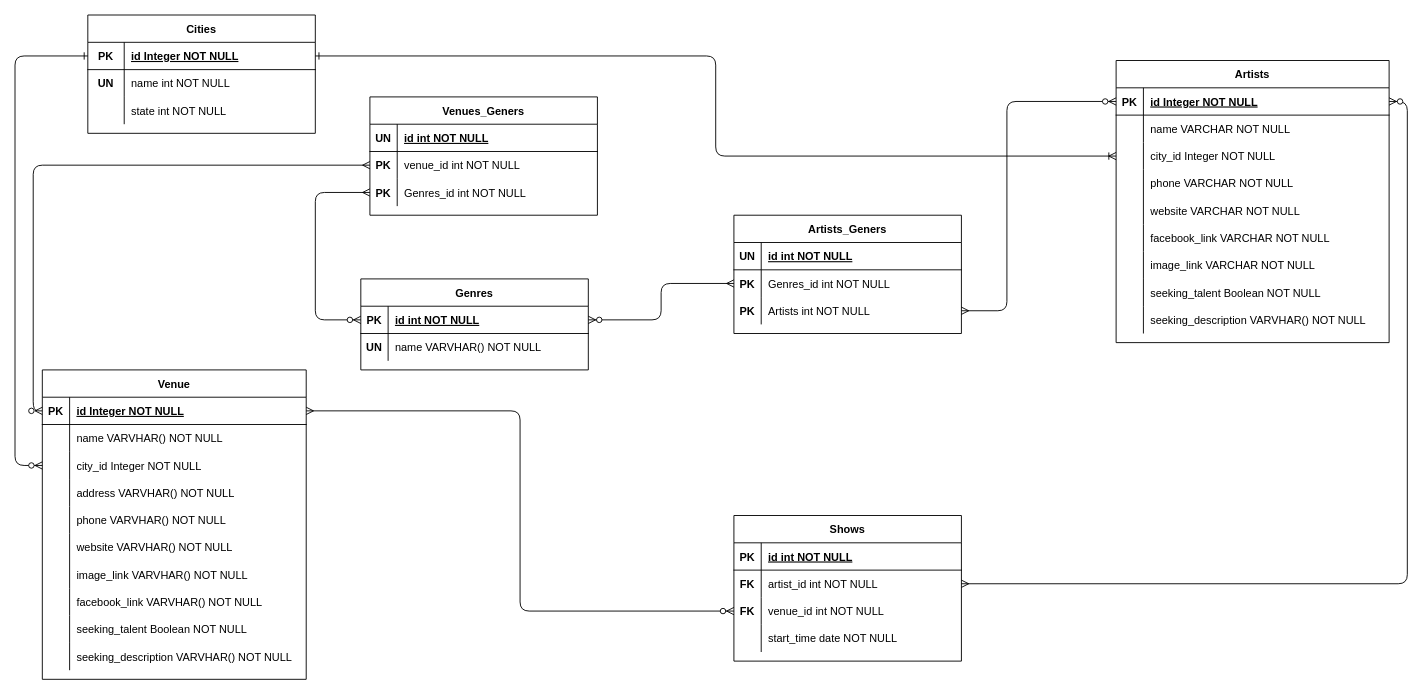
This is projects/01_fyyur/Untitled Diagram.drawio from ehabAbdelMawla/FSND, a draw.io file, before an edit. Source tidied: cells renumbered, new cells numbered last; positions are measured from the earlier drawing's top-left corner, leaving out a move shared by most shapes. Both pictures are drawn from the tidied source at 91%, with x=0, y=0 at pixel (15, 15).
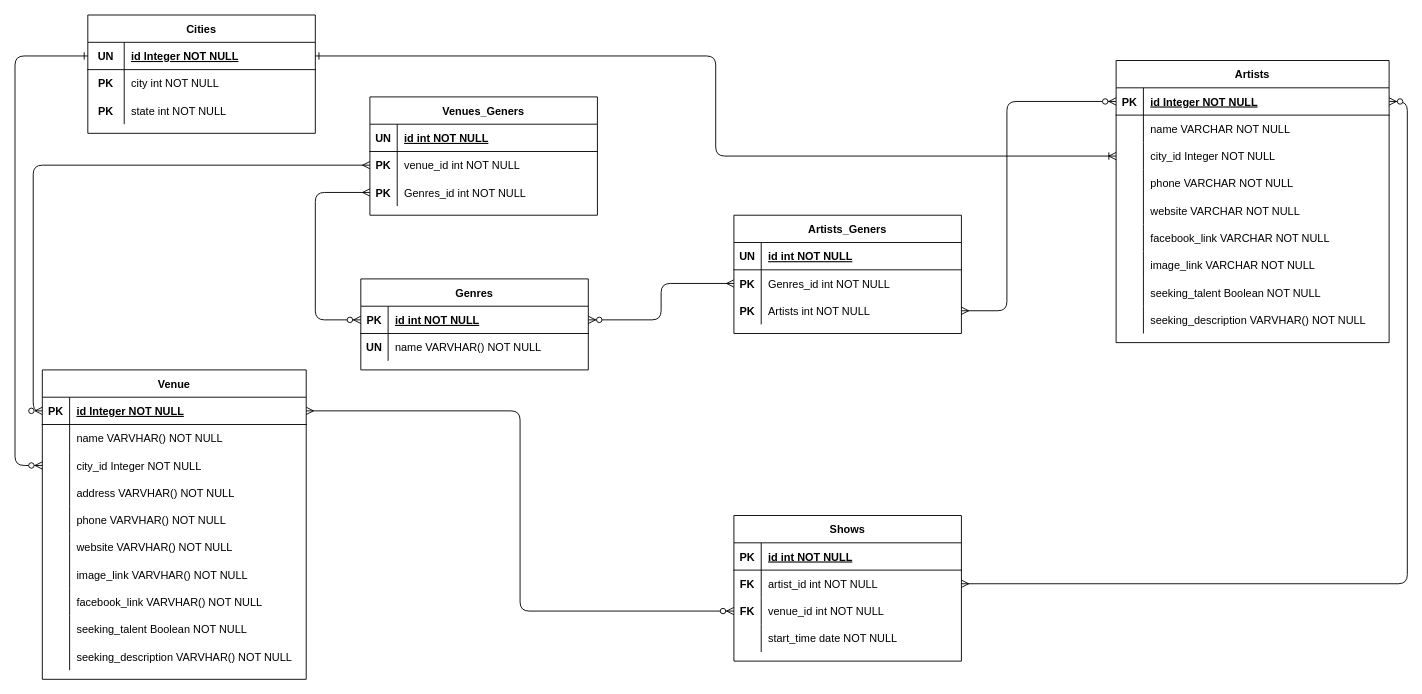
Above is the later version.

The change refers to these unchanged cells:
```xml
<mxCell id="54" style="shape=partialRectangle;fillColor=none;points=[[0,0.5],[1,0.5]];portConstraint=eastwest;top=0;left=0;right=0;bottom=1;" parent="53" vertex="1">
  <mxGeometry y="30" width="250" height="30" as="geometry" />
</mxCell>
<mxCell id="57" style="shape=partialRectangle;fillColor=none;top=0;left=0;right=0;bottom=0;" parent="53" vertex="1">
  <mxGeometry y="60" width="250" height="30" as="geometry" />
</mxCell>
<mxCell id="60" style="shape=partialRectangle;fillColor=none;top=0;left=0;right=0;bottom=0;" parent="53" vertex="1">
  <mxGeometry y="90" width="250" height="30" as="geometry" />
</mxCell>
```

Change to the diagram source:
```diff
@@
-    <mxCell id="55" value="PK" style="shape=partialRectangle;overflow=hidden;fillColor=none;top=0;left=0;bottom=0;right=0;fontStyle=1;" parent="54" vertex="1">
+    <mxCell id="55" value="UN" style="shape=partialRectangle;overflow=hidden;fillColor=none;top=0;left=0;bottom=0;right=0;fontStyle=1;" parent="54" vertex="1">
       <mxGeometry width="40" height="30" as="geometry" />
     </mxCell>
@@
-    <mxCell id="58" value="UN" style="shape=partialRectangle;overflow=hidden;fillColor=none;top=0;left=0;bottom=0;right=0;fontStyle=1;" parent="57" vertex="1">
+    <mxCell id="58" value="PK" style="shape=partialRectangle;overflow=hidden;fillColor=none;top=0;left=0;bottom=0;right=0;fontStyle=1;" parent="57" vertex="1">
       <mxGeometry width="40" height="30" as="geometry" />
     </mxCell>
-    <mxCell id="59" value="name int NOT NULL" style="shape=partialRectangle;overflow=hidden;fillColor=none;top=0;left=0;bottom=0;right=0;align=left;spacingLeft=6;" parent="57" vertex="1">
+    <mxCell id="59" value="city int NOT NULL" style="shape=partialRectangle;overflow=hidden;fillColor=none;top=0;left=0;bottom=0;right=0;align=left;spacingLeft=6;" parent="57" vertex="1">
       <mxGeometry x="40" width="210" height="30" as="geometry" />
     </mxCell>
@@
-    <mxCell id="61" style="shape=partialRectangle;overflow=hidden;fillColor=none;top=0;left=0;bottom=0;right=0;fontStyle=1;" parent="60" vertex="1">
+    <mxCell id="61" value="PK" style="shape=partialRectangle;overflow=hidden;fillColor=none;top=0;left=0;bottom=0;right=0;fontStyle=1;" parent="60" vertex="1">
       <mxGeometry width="40" height="30" as="geometry" />
     </mxCell>
```
